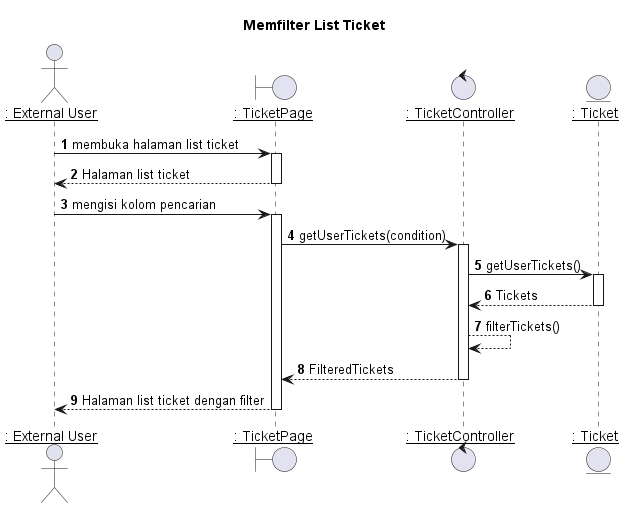
Earlier version of the PlantUML export out/plantuml/sequence/ex/ex2/Memfilter List Ticket.png (TAS-PKL/Laporan-PKL-Ticketing).
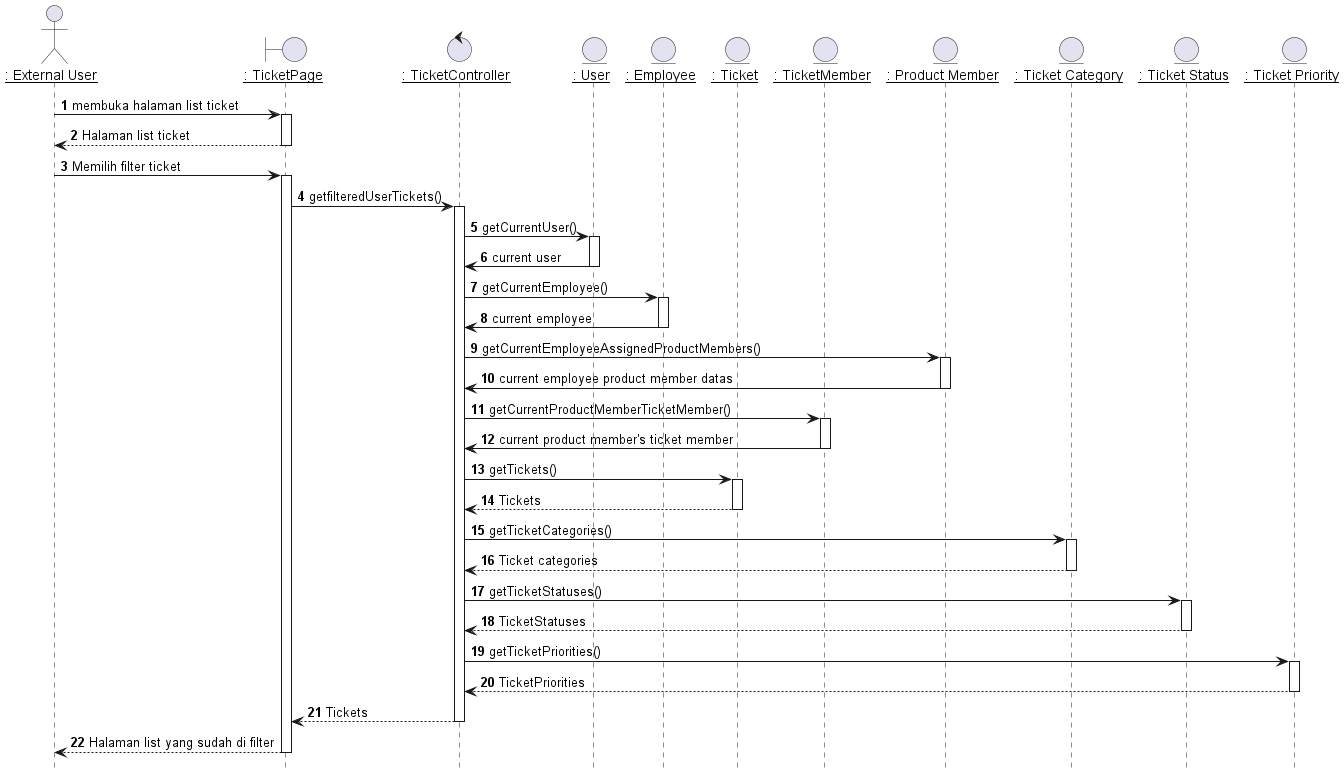
Above is the later version.

The edit, as a diff of the source:
```diff
@@ -1,11 +1,19 @@
 @startuml Memfilter List Ticket
 
-title "Memfilter List Ticket"
+hide footbox
+
 
 actor EU as "__: External User__"
 boundary TicketPage as "__: TicketPage__"
 control TicketController as "__: TicketController__"
+entity Users as "__: User__"
+entity Employees as "__: Employee__"
 entity Ticket as "__: Ticket__"
+entity TicketMember as "__: TicketMember__"
+entity ProductMembers as "__: Product Member__"
+entity TicketCategories as "__: Ticket Category__"
+entity TicketStatuses as "__: Ticket Status__"
+entity TicketPriorities as "__: Ticket Priority__"
 
 autonumber 1
 EU -> TicketPage: membuka halaman list ticket
@@ -14,25 +22,65 @@
 TicketPage --> EU : Halaman list ticket
 deactivate TicketPage
 
-
-EU -> TicketPage: mengisi kolom pencarian
+EU -> TicketPage: Memilih filter ticket
 activate TicketPage
 
-TicketPage -> TicketController: getUserTickets(condition)
+TicketPage -> TicketController: getfilteredUserTickets()
 activate TicketController
 
-TicketController -> Ticket: getUserTickets()
+TicketController -> Users: getCurrentUser()
+activate Users
+
+Users -> TicketController: current user
+deactivate Users
+
+TicketController -> Employees: getCurrentEmployee()
+activate Employees
+
+Employees -> TicketController: current employee
+deactivate Employees
+
+TicketController -> ProductMembers: getCurrentEmployeeAssignedProductMembers()
+activate ProductMembers
+
+ProductMembers -> TicketController: current employee product member datas
+deactivate ProductMembers
+
+TicketController -> TicketMember: getCurrentProductMemberTicketMember()
+activate TicketMember
+
+TicketMember -> TicketController: current product member's ticket member
+deactivate TicketMember
+
+TicketController -> Ticket: getTickets()
 activate Ticket
 
 Ticket --> TicketController : Tickets
 deactivate Ticket
 
-TicketController --> TicketController : filterTickets()
+TicketController -> TicketCategories: getTicketCategories()
+activate TicketCategories
 
-TicketController --> TicketPage : FilteredTickets
+TicketCategories --> TicketController : Ticket categories
+deactivate TicketCategories
+
+TicketController -> TicketStatuses: getTicketStatuses()
+activate TicketStatuses
+
+TicketStatuses --> TicketController : TicketStatuses
+deactivate TicketStatuses
+
+TicketController -> TicketPriorities: getTicketPriorities()
+activate TicketPriorities
+
+TicketPriorities --> TicketController : TicketPriorities
+deactivate TicketPriorities
+
+
+TicketController --> TicketPage : Tickets
 deactivate TicketController
 
-TicketPage --> EU : Halaman list ticket dengan filter
+TicketPage --> EU : Halaman list yang sudah di filter
 deactivate TicketPage
 
 
```
